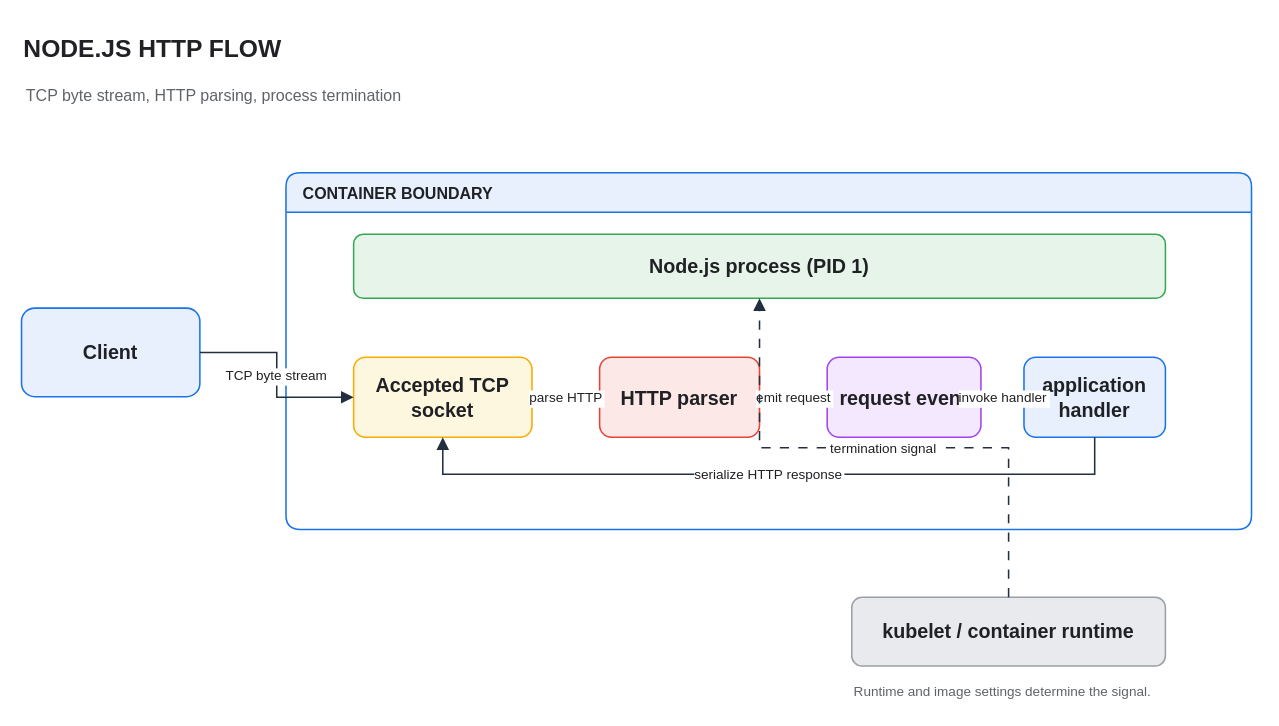
KKamJi98/kkamji98.github.io keeps this draw.io diagram as assets/img/nodejs/node-http-request-lifecycle-flow.drawio. Above is the earlier version. Source tidied: cells renumbered, new cells numbered last; positions are measured from the earlier drawing's top-left corner, leaving out a move shared by most shapes. Both pictures are drawn from the tidied source at 123%, with x=0, y=0 at pixel (21, 21).
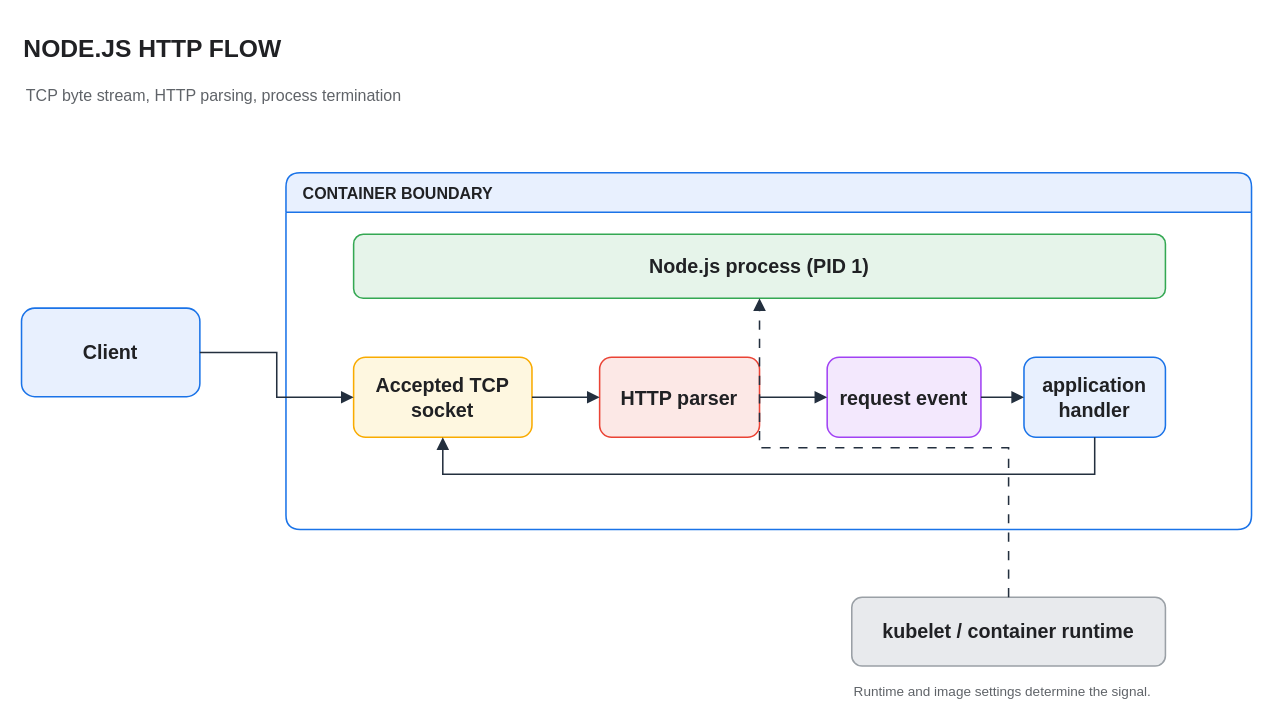
The same page after the edit.

The change refers to these unchanged cells:
```xml
<mxCell id="4" value="Client" style="rounded=1;whiteSpace=wrap;html=0;fillColor=#E8F0FE;strokeColor=#1A73E8;strokeWidth=1.25;fontColor=#202124;fontSize=16;fontStyle=1;" parent="1" vertex="1">
  <mxGeometry y="233" width="145" height="72" as="geometry" />
</mxCell>
<mxCell id="6" value="Node.js process (PID 1)" style="rounded=1;whiteSpace=wrap;html=0;fillColor=#E6F4EA;strokeColor=#34A853;strokeWidth=1.25;fontColor=#202124;fontSize=16;fontStyle=1;" parent="1" vertex="1">
  <mxGeometry x="270" y="173" width="660" height="52" as="geometry" />
</mxCell>
<mxCell id="7" value="Accepted TCP socket" style="rounded=1;whiteSpace=wrap;html=0;fillColor=#FEF7E0;strokeColor=#F9AB00;strokeWidth=1.25;fontColor=#202124;fontSize=16;fontStyle=1;" parent="1" vertex="1">
  <mxGeometry x="270" y="273" width="145" height="65" as="geometry" />
</mxCell>
<mxCell id="8" value="HTTP parser" style="rounded=1;whiteSpace=wrap;html=0;fillColor=#FCE8E6;strokeColor=#EA4335;strokeWidth=1.25;fontColor=#202124;fontSize=16;fontStyle=1;" parent="1" vertex="1">
  <mxGeometry x="470" y="273" width="130" height="65" as="geometry" />
</mxCell>
<mxCell id="9" value="request event" style="rounded=1;whiteSpace=wrap;html=0;fillColor=#F3E8FD;strokeColor=#A142F4;strokeWidth=1.25;fontColor=#202124;fontSize=16;fontStyle=1;" parent="1" vertex="1">
  <mxGeometry x="655" y="273" width="125" height="65" as="geometry" />
</mxCell>
<mxCell id="10" value="application handler" style="rounded=1;whiteSpace=wrap;html=0;fillColor=#E8F0FE;strokeColor=#1A73E8;strokeWidth=1.25;fontColor=#202124;fontSize=16;fontStyle=1;" parent="1" vertex="1">
  <mxGeometry x="815" y="273" width="115" height="65" as="geometry" />
</mxCell>
<mxCell id="16" value="kubelet / container runtime" style="rounded=1;whiteSpace=wrap;html=0;fillColor=#E8EAED;strokeColor=#9AA0A6;strokeWidth=1.25;fontColor=#202124;fontSize=16;fontStyle=1;" parent="1" vertex="1">
  <mxGeometry x="675" y="468" width="255" height="56" as="geometry" />
</mxCell>
```

The edit, as a diff of the source:
```diff
@@
-    <mxCell id="11" value="TCP byte stream" style="edgeStyle=orthogonalEdgeStyle;rounded=0;html=0;strokeColor=#232F3E;strokeWidth=1.25;endArrow=block;endFill=1;fontColor=#202124;fontSize=11;labelBackgroundColor=#FFFFFF;endSize=7;" parent="1" edge="1" source="4" target="7">
+    <mxCell id="11" style="edgeStyle=orthogonalEdgeStyle;rounded=0;html=0;strokeColor=#232F3E;strokeWidth=1.25;endArrow=block;endFill=1;fontColor=#202124;fontSize=11;labelBackgroundColor=none;endSize=7;" parent="1" edge="1" source="4" target="7">
       <mxGeometry relative="1" as="geometry" />
     </mxCell>
-    <mxCell id="12" value="parse HTTP" style="edgeStyle=orthogonalEdgeStyle;rounded=0;html=0;strokeColor=#232F3E;strokeWidth=1.25;endArrow=block;endFill=1;fontColor=#202124;fontSize=11;labelBackgroundColor=#FFFFFF;endSize=7;" parent="1" edge="1" source="7" target="8">
+    <mxCell id="12" style="edgeStyle=orthogonalEdgeStyle;rounded=0;html=0;strokeColor=#232F3E;strokeWidth=1.25;endArrow=block;endFill=1;fontColor=#202124;fontSize=11;labelBackgroundColor=none;endSize=7;" parent="1" edge="1" source="7" target="8">
       <mxGeometry relative="1" as="geometry" />
     </mxCell>
-    <mxCell id="13" value="emit request" style="edgeStyle=orthogonalEdgeStyle;rounded=0;html=0;strokeColor=#232F3E;strokeWidth=1.25;endArrow=block;endFill=1;fontColor=#202124;fontSize=11;labelBackgroundColor=#FFFFFF;endSize=7;" parent="1" edge="1" source="8" target="9">
+    <mxCell id="13" style="edgeStyle=orthogonalEdgeStyle;rounded=0;html=0;strokeColor=#232F3E;strokeWidth=1.25;endArrow=block;endFill=1;fontColor=#202124;fontSize=11;labelBackgroundColor=none;endSize=7;" parent="1" edge="1" source="8" target="9">
       <mxGeometry relative="1" as="geometry" />
     </mxCell>
-    <mxCell id="14" value="invoke handler" style="edgeStyle=orthogonalEdgeStyle;rounded=0;html=0;strokeColor=#232F3E;strokeWidth=1.25;endArrow=block;endFill=1;fontColor=#202124;fontSize=11;labelBackgroundColor=#FFFFFF;endSize=7;" parent="1" edge="1" source="9" target="10">
+    <mxCell id="14" style="edgeStyle=orthogonalEdgeStyle;rounded=0;html=0;strokeColor=#232F3E;strokeWidth=1.25;endArrow=block;endFill=1;fontColor=#202124;fontSize=11;labelBackgroundColor=none;endSize=7;" parent="1" edge="1" source="9" target="10">
       <mxGeometry relative="1" as="geometry" />
     </mxCell>
-    <mxCell id="15" value="serialize HTTP response" style="edgeStyle=orthogonalEdgeStyle;rounded=0;html=0;strokeColor=#232F3E;strokeWidth=1.25;endArrow=block;endFill=1;fontColor=#202124;fontSize=11;labelBackgroundColor=#FFFFFF;exitX=0.5;exitY=1;entryX=0.5;entryY=1;endSize=7;" parent="1" edge="1" source="10" target="7">
+    <mxCell id="15" style="edgeStyle=orthogonalEdgeStyle;rounded=0;html=0;strokeColor=#232F3E;strokeWidth=1.25;endArrow=block;endFill=1;fontColor=#202124;fontSize=11;labelBackgroundColor=none;exitX=0.5;exitY=1;entryX=0.5;entryY=1;endSize=7;" parent="1" edge="1" source="10" target="7">
       <mxGeometry relative="1" as="geometry">
         <Array as="points">
           <mxPoint x="872.5" y="368" />
           <mxPoint x="342.5" y="368" />
         </Array>
       </mxGeometry>
     </mxCell>
@@
-    <mxCell id="17" value="termination signal" style="edgeStyle=orthogonalEdgeStyle;rounded=0;html=0;dashed=1;dashPattern=6 6;strokeColor=#232F3E;strokeWidth=1.25;endArrow=block;endFill=1;fontColor=#202124;fontSize=11;labelBackgroundColor=#FFFFFF;endSize=7;" parent="1" edge="1" source="16" target="6">
+    <mxCell id="17" style="edgeStyle=orthogonalEdgeStyle;rounded=0;html=0;dashed=1;dashPattern=6 6;strokeColor=#232F3E;strokeWidth=1.25;endArrow=block;endFill=1;fontColor=#202124;fontSize=11;labelBackgroundColor=none;endSize=7;" parent="1" edge="1" source="16" target="6">
       <mxGeometry relative="1" as="geometry" />
     </mxCell>
```
